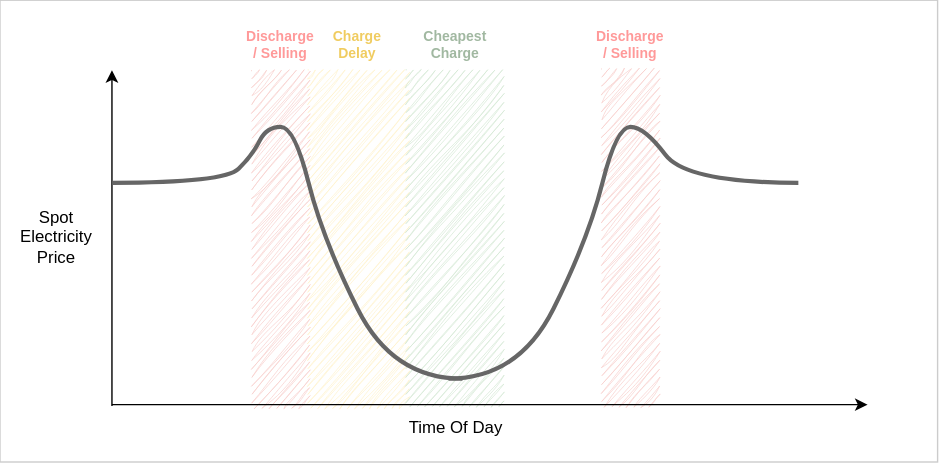
Earlier version of the draw.io export images/spot_price_day.svg (michal-bartak/homeassistant-pv-control). Source tidied: cells renumbered, new cells last; positions are measured from the earlier drawing's top-left corner, leaving out a move shared by most shapes.
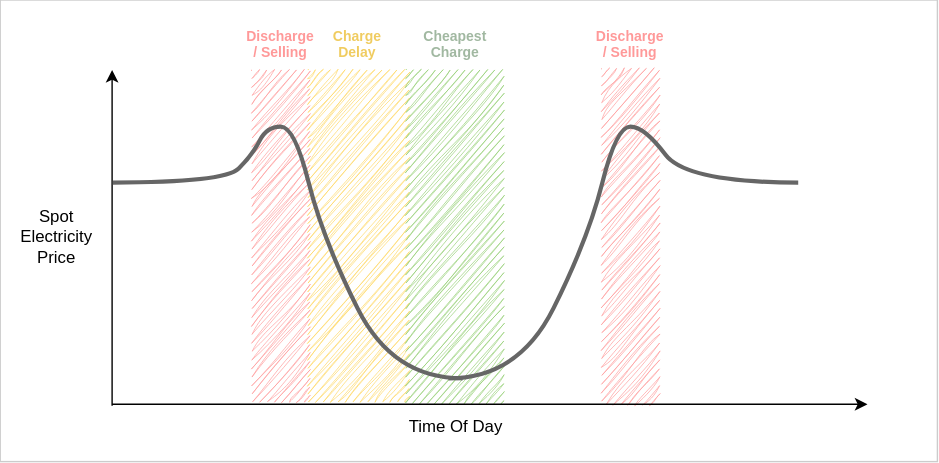
The same file after the commit.

Change to the diagram source:
```diff
@@ -5,17 +5,17 @@
     <mxCell id="2" style="rounded=0;whiteSpace=wrap;html=1;strokeColor=#CCCCCC;" parent="1" vertex="1">
       <mxGeometry width="670" height="330" as="geometry" />
     </mxCell>
-    <mxCell id="3" style="rounded=0;whiteSpace=wrap;html=1;fillColor=#fff2cc;strokeColor=none;sketch=1;curveFitting=1;jiggle=2;" parent="1" vertex="1">
-      <mxGeometry x="220" y="50" width="70" height="240" as="geometry" />
+    <mxCell id="3" style="rounded=0;whiteSpace=wrap;html=1;fillColor=#FFD966;strokeColor=none;sketch=1;curveFitting=1;jiggle=2;" parent="1" vertex="1">
+      <mxGeometry x="220" y="50" width="70" height="237" as="geometry" />
     </mxCell>
-    <mxCell id="4" style="rounded=0;whiteSpace=wrap;html=1;fillColor=#d5e8d4;strokeColor=none;fontColor=light-dark(#d5e8d4, #ededed);sketch=1;curveFitting=1;jiggle=2;" parent="1" vertex="1">
-      <mxGeometry x="290" y="50" width="70" height="240" as="geometry" />
+    <mxCell id="4" style="rounded=0;whiteSpace=wrap;html=1;fillColor=#97D077;strokeColor=none;fontColor=light-dark(#d5e8d4, #ededed);sketch=1;curveFitting=1;jiggle=2;" parent="1" vertex="1">
+      <mxGeometry x="290" y="50" width="70" height="238" as="geometry" />
     </mxCell>
-    <mxCell id="5" style="rounded=0;whiteSpace=wrap;html=1;fillColor=#f8cecc;strokeColor=none;sketch=1;curveFitting=1;jiggle=2;" parent="1" vertex="1">
-      <mxGeometry x="430" y="49" width="40" height="240" as="geometry" />
+    <mxCell id="5" style="rounded=0;whiteSpace=wrap;html=1;fillColor=#FF9C9C;strokeColor=none;sketch=1;curveFitting=1;jiggle=2;" parent="1" vertex="1">
+      <mxGeometry x="430" y="49" width="40" height="238" as="geometry" />
     </mxCell>
-    <mxCell id="6" style="rounded=0;whiteSpace=wrap;html=1;fillColor=#f8cecc;strokeColor=none;sketch=1;curveFitting=1;jiggle=2;" parent="1" vertex="1">
-      <mxGeometry x="180" y="50" width="40" height="240" as="geometry" />
+    <mxCell id="6" style="rounded=0;whiteSpace=wrap;html=1;fillColor=#FF9C9C;strokeColor=none;sketch=1;curveFitting=1;jiggle=2;" parent="1" vertex="1">
+      <mxGeometry x="180" y="50" width="40" height="237" as="geometry" />
     </mxCell>
     <mxCell id="7" style="endArrow=classic;html=1;rounded=0;" parent="1" edge="1">
       <mxGeometry relative="1" as="geometry">
@@ -23,12 +23,6 @@
         <mxPoint x="80" y="50" as="targetPoint" />
       </mxGeometry>
     </mxCell>
-    <mxCell id="8" style="endArrow=classic;html=1;rounded=0;" parent="1" edge="1">
-      <mxGeometry relative="1" as="geometry">
-        <mxPoint x="80" y="289" as="sourcePoint" />
-        <mxPoint x="620" y="289" as="targetPoint" />
-      </mxGeometry>
-    </mxCell>
     <mxCell id="9" style="curved=1;endArrow=none;html=1;rounded=0;startArrow=none;startFill=0;endFill=0;strokeWidth=3;strokeColor=#666666;" parent="1" edge="1">
       <mxGeometry relative="1" as="geometry">
         <mxPoint x="80" y="130" as="sourcePoint" />
@@ -74,5 +68,11 @@
     <mxCell id="16" value="Time Of Day" style="text;html=1;whiteSpace=wrap;strokeColor=none;fillColor=none;align=center;verticalAlign=middle;rounded=0;" parent="1" vertex="1">
       <mxGeometry x="256.5" y="290" width="137" height="30" as="geometry" />
     </mxCell>
+    <mxCell id="8" style="endArrow=classic;html=1;rounded=0;" parent="1" edge="1">
+      <mxGeometry relative="1" as="geometry">
+        <mxPoint x="80" y="289" as="sourcePoint" />
+        <mxPoint x="620" y="289" as="targetPoint" />
+      </mxGeometry>
+    </mxCell>
   </root>
 </mxGraphModel>
```
